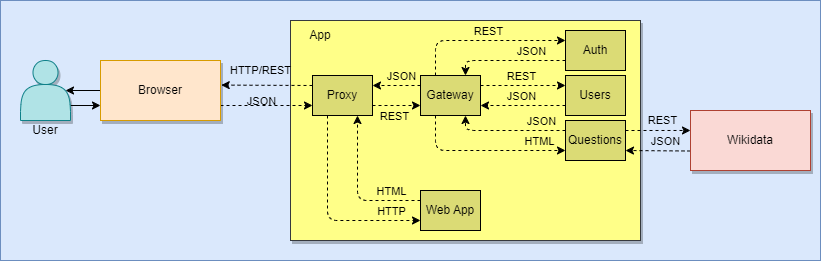
Before: docs/images/05_level2.drawio.png, a diagram exported from draw.io (Arquisoft/wiq_es05b). Source tidied: cells renumbered, new cells last; positions are measured from the earlier drawing's top-left corner, leaving out a move shared by most shapes.
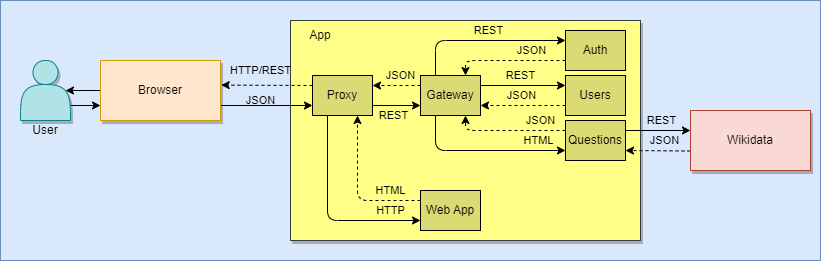
After the change.

What changed in the source:
```diff
@@ -33,7 +33,7 @@
         <mxPoint x="-5" y="-10" as="offset" />
       </mxGeometry>
     </mxCell>
-    <mxCell id="11" style="edgeStyle=none;html=1;exitX=0.25;exitY=0;exitDx=0;exitDy=0;entryX=0;entryY=0.25;entryDx=0;entryDy=0;dashed=1;" parent="1" edge="1" source="17" target="20">
+    <mxCell id="11" style="edgeStyle=none;html=1;exitX=0.25;exitY=0;exitDx=0;exitDy=0;entryX=0;entryY=0.25;entryDx=0;entryDy=0;" parent="1" edge="1" source="17" target="20">
       <mxGeometry relative="1" as="geometry">
         <Array as="points">
           <mxPoint x="435" y="40" />
@@ -45,7 +45,7 @@
         <mxPoint y="-11" as="offset" />
       </mxGeometry>
     </mxCell>
-    <mxCell id="13" style="edgeStyle=none;html=1;exitX=1;exitY=0.25;exitDx=0;exitDy=0;entryX=0;entryY=0.25;entryDx=0;entryDy=0;dashed=1;" parent="1" edge="1" source="17" target="23">
+    <mxCell id="13" style="edgeStyle=none;html=1;exitX=1;exitY=0.25;exitDx=0;exitDy=0;entryX=0;entryY=0.25;entryDx=0;entryDy=0;" parent="1" edge="1" source="17" target="23">
       <mxGeometry relative="1" as="geometry" />
     </mxCell>
     <mxCell id="14" value="REST" style="edgeLabel;html=1;align=center;verticalAlign=middle;labelBackgroundColor=none;" parent="13" vertex="1">
@@ -53,7 +53,7 @@
         <mxPoint x="-7" y="-10" as="offset" />
       </mxGeometry>
     </mxCell>
-    <mxCell id="15" style="edgeStyle=none;html=1;exitX=0.25;exitY=1;exitDx=0;exitDy=0;entryX=0;entryY=0.75;entryDx=0;entryDy=0;dashed=1;" parent="1" edge="1" source="17" target="28">
+    <mxCell id="15" style="edgeStyle=none;html=1;exitX=0.25;exitY=1;exitDx=0;exitDy=0;entryX=0;entryY=0.75;entryDx=0;entryDy=0;" parent="1" edge="1" source="17" target="28">
       <mxGeometry relative="1" as="geometry">
         <Array as="points">
           <mxPoint x="435" y="150" />
@@ -94,7 +94,7 @@
     <mxCell id="23" value="Users" style="rounded=0;whiteSpace=wrap;html=1;fillColor=#DBDB75;" parent="1" vertex="1">
       <mxGeometry x="565" y="75" width="60" height="40" as="geometry" />
     </mxCell>
-    <mxCell id="24" style="edgeStyle=none;html=1;exitX=1;exitY=0.25;exitDx=0;exitDy=0;entryX=0;entryY=0.333;entryDx=0;entryDy=0;entryPerimeter=0;dashed=1;" parent="1" edge="1" source="28" target="8">
+    <mxCell id="24" style="edgeStyle=none;html=1;exitX=1;exitY=0.25;exitDx=0;exitDy=0;entryX=0;entryY=0.333;entryDx=0;entryDy=0;entryPerimeter=0;" parent="1" edge="1" source="28" target="8">
       <mxGeometry relative="1" as="geometry" />
     </mxCell>
     <mxCell id="25" value="REST" style="edgeLabel;html=1;align=center;verticalAlign=middle;labelBackgroundColor=none;" parent="24" vertex="1">
@@ -138,7 +138,7 @@
     <mxCell id="33" style="edgeStyle=none;html=1;exitX=0;exitY=0.5;exitDx=0;exitDy=0;entryX=0.9;entryY=0.5;entryDx=0;entryDy=0;entryPerimeter=0;" parent="1" edge="1" source="36" target="4">
       <mxGeometry relative="1" as="geometry" />
     </mxCell>
-    <mxCell id="34" style="edgeStyle=none;html=1;exitX=1;exitY=0.75;exitDx=0;exitDy=0;entryX=0;entryY=0.75;entryDx=0;entryDy=0;dashed=1;" parent="1" edge="1" source="36" target="43">
+    <mxCell id="34" style="edgeStyle=none;html=1;exitX=1;exitY=0.75;exitDx=0;exitDy=0;entryX=0;entryY=0.75;entryDx=0;entryDy=0;" parent="1" edge="1" source="36" target="43">
       <mxGeometry relative="1" as="geometry" />
     </mxCell>
     <mxCell id="35" value="JSON" style="edgeLabel;html=1;align=center;verticalAlign=middle;labelBackgroundColor=none;" parent="34" vertex="1">
@@ -157,7 +157,7 @@
         <mxPoint x="14" y="-17" as="offset" />
       </mxGeometry>
     </mxCell>
-    <mxCell id="39" style="edgeStyle=none;html=1;exitX=1;exitY=0.75;exitDx=0;exitDy=0;entryX=0;entryY=0.75;entryDx=0;entryDy=0;dashed=1;" parent="1" edge="1" source="43" target="17">
+    <mxCell id="39" style="edgeStyle=none;html=1;exitX=1;exitY=0.75;exitDx=0;exitDy=0;entryX=0;entryY=0.75;entryDx=0;entryDy=0;" parent="1" edge="1" source="43" target="17">
       <mxGeometry relative="1" as="geometry" />
     </mxCell>
     <mxCell id="40" value="REST" style="edgeLabel;html=1;align=center;verticalAlign=middle;labelBackgroundColor=none;" parent="39" vertex="1">
@@ -165,7 +165,7 @@
         <mxPoint y="9" as="offset" />
       </mxGeometry>
     </mxCell>
-    <mxCell id="41" style="edgeStyle=none;html=1;exitX=0.25;exitY=1;exitDx=0;exitDy=0;entryX=0;entryY=0.75;entryDx=0;entryDy=0;dashed=1;" parent="1" edge="1" source="43" target="31">
+    <mxCell id="41" style="edgeStyle=none;html=1;exitX=0.25;exitY=1;exitDx=0;exitDy=0;entryX=0;entryY=0.75;entryDx=0;entryDy=0;" parent="1" edge="1" source="43" target="31">
       <mxGeometry relative="1" as="geometry">
         <Array as="points">
           <mxPoint x="327" y="220" />
```
